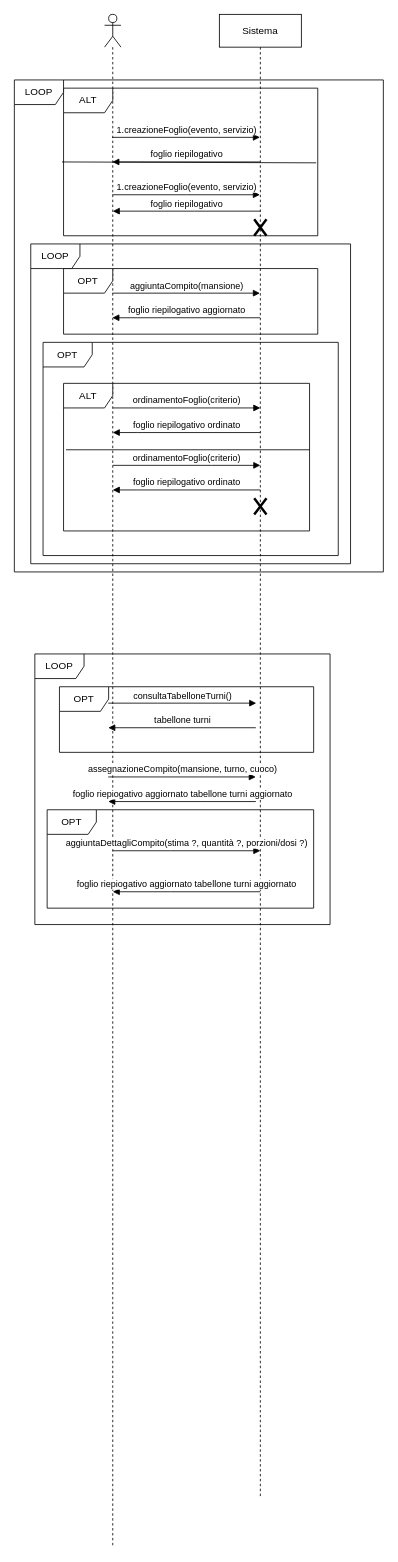
Before: SSD/SSD_nostra_versione.drawio in Giacca01/CateRingProject, a draw.io diagram. Source tidied: cells renumbered, new cells numbered last; positions are measured from the earlier drawing's top-left corner, leaving out a move shared by most shapes. Both pictures are drawn from the tidied source at 82%, with x=0, y=0 at pixel (14, 14).
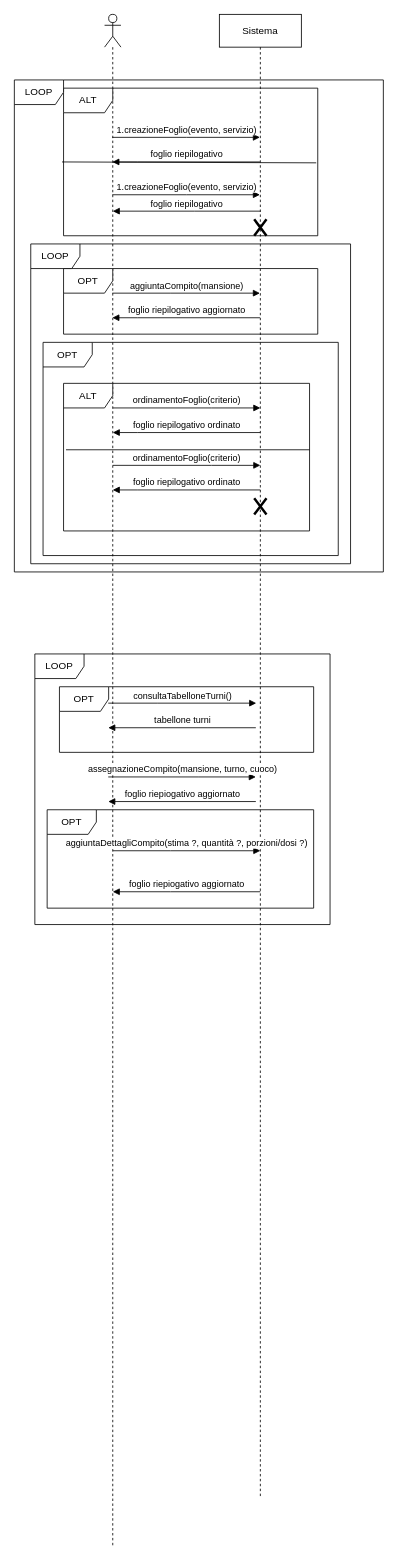
After the change.

Diff of the diagram source:
```diff
@@
-    <mxCell id="22" value="foglio riepiogativo aggiornato tabellone turni aggiornato" style="html=1;verticalAlign=bottom;endArrow=block;edgeStyle=elbowEdgeStyle;elbow=vertical;curved=0;rounded=0;" parent="1" edge="1">
+    <mxCell id="22" value="foglio riepiogativo aggiornato" style="html=1;verticalAlign=bottom;endArrow=block;edgeStyle=elbowEdgeStyle;elbow=vertical;curved=0;rounded=0;" parent="1" edge="1">
       <mxGeometry relative="1" as="geometry">
         <mxPoint x="294.5" y="960" as="sourcePoint" />
         <mxPoint x="114.5" y="960" as="targetPoint" />
         <Array as="points">
           <mxPoint x="235" y="960" />
         </Array>
       </mxGeometry>
     </mxCell>
@@
-    <mxCell id="24" value="foglio riepiogativo aggiornato tabellone turni aggiornato" style="html=1;verticalAlign=bottom;endArrow=block;edgeStyle=elbowEdgeStyle;elbow=vertical;curved=0;rounded=0;" parent="1" edge="1">
+    <mxCell id="24" value="foglio riepiogativo aggiornato" style="html=1;verticalAlign=bottom;endArrow=block;edgeStyle=elbowEdgeStyle;elbow=vertical;curved=0;rounded=0;" parent="1" edge="1">
       <mxGeometry relative="1" as="geometry">
         <mxPoint x="300" y="1070" as="sourcePoint" />
         <mxPoint x="120" y="1070" as="targetPoint" />
         <Array as="points">
           <mxPoint x="190.5" y="1070" />
           <mxPoint x="270.5" y="780" />
           <mxPoint x="270.5" y="800" />
           <mxPoint x="270.5" y="810" />
         </Array>
       </mxGeometry>
     </mxCell>
```
